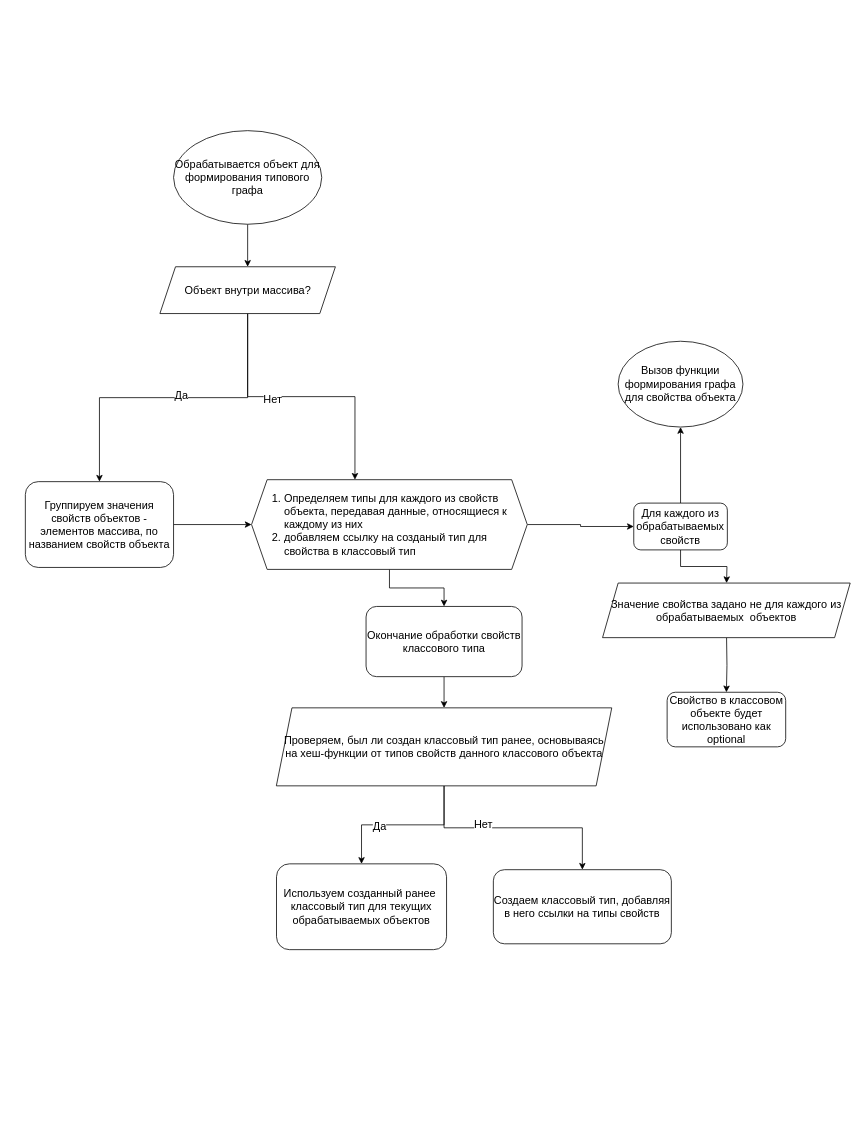
The draw.io diagram doc/Обработка объекта для типового графа.drawio in mrsadman99/quicktypeJsonToJsonSchema, before the edit. Source tidied: cells renumbered, new cells numbered last; positions are measured from the earlier drawing's top-left corner, leaving out a move shared by most shapes. Both pictures are drawn from the tidied source at 78%, with x=0, y=0 at pixel (25, 130).
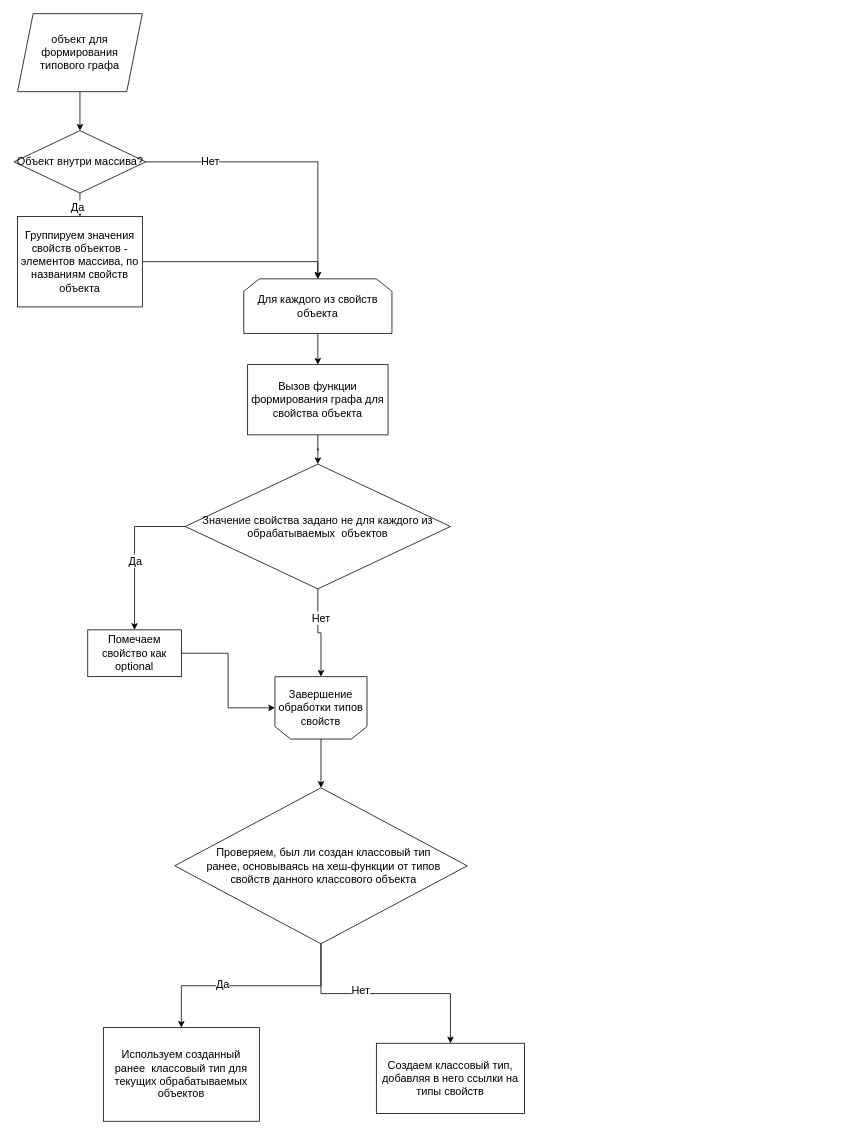
After the change.

The change refers to these unchanged cells:
```xml
<mxCell id="16" style="edgeStyle=orthogonalEdgeStyle;rounded=0;jettySize=auto;html=1;fontSize=14;" parent="1" edge="1" source="20" target="21">
  <mxGeometry relative="1" as="geometry" />
</mxCell>
```

Diff of the diagram source:
```diff
@@
-    <mxCell id="2" style="edgeStyle=orthogonalEdgeStyle;rounded=0;jettySize=auto;html=1;entryX=0.5;entryY=0;entryDx=0;entryDy=0;fontSize=14;" parent="1" edge="1" source="27" target="8">
-      <mxGeometry relative="1" as="geometry" />
-    </mxCell>
-    <mxCell id="3" style="edgeStyle=orthogonalEdgeStyle;rounded=0;jettySize=auto;html=1;fontSize=14;exitX=1;exitY=0.5;exitDx=0;exitDy=0;" parent="1" edge="1" source="26" target="12">
-      <mxGeometry relative="1" as="geometry" />
-    </mxCell>
-    <mxCell id="4" style="edgeStyle=orthogonalEdgeStyle;rounded=0;jettySize=auto;html=1;fontSize=14;" parent="1" edge="1" source="8" target="26">
-      <mxGeometry relative="1" as="geometry" />
-    </mxCell>
-    <mxCell id="5" value="Да" style="edgeLabel;html=1;align=center;verticalAlign=middle;fontSize=14;" parent="4" vertex="1">
-      <mxGeometry x="-0.05" y="-3" relative="1" as="geometry" />
-    </mxCell>
-    <mxCell id="6" style="edgeStyle=orthogonalEdgeStyle;rounded=0;jettySize=auto;html=1;entryX=0.375;entryY=0;entryDx=0;entryDy=0;fontSize=14;" parent="1" edge="1" source="8" target="12">
-      <mxGeometry relative="1" as="geometry" />
-    </mxCell>
-    <mxCell id="7" value="Нет" style="edgeLabel;html=1;align=center;verticalAlign=middle;fontSize=14;" parent="6" vertex="1">
-      <mxGeometry x="-0.22" y="-3" relative="1" as="geometry">
-        <mxPoint x="1" as="offset" />
-      </mxGeometry>
-    </mxCell>
+    <mxCell id="30" style="edgeStyle=orthogonalEdgeStyle;rounded=0;jettySize=auto;html=1;entryX=0.5;entryY=0;entryDx=0;entryDy=0;fontSize=14;" parent="1" edge="1" source="31" target="8">
+      <mxGeometry relative="1" as="geometry" />
+    </mxCell>
+    <mxCell id="31" value="&lt;span style=&quot;font-size: 14px;&quot;&gt;объект для формирования типового графа&lt;/span&gt;" style="shape=parallelogram;perimeter=parallelogramPerimeter;whiteSpace=wrap;html=1;fixedSize=1;fontSize=14;" parent="1" vertex="1">
+      <mxGeometry x="-10" y="-150" width="160" height="100" as="geometry" />
+    </mxCell>
+    <mxCell id="32" style="edgeStyle=orthogonalEdgeStyle;rounded=0;jettySize=auto;html=1;fontSize=14;" parent="1" edge="1" source="8" target="37">
+      <mxGeometry relative="1" as="geometry" />
+    </mxCell>
+    <mxCell id="33" value="Да" style="edgeLabel;html=1;align=center;verticalAlign=middle;fontSize=14;" parent="32" vertex="1">
+      <mxGeometry x="-0.1" y="4" relative="1" as="geometry" />
+    </mxCell>
+    <mxCell id="34" style="edgeStyle=orthogonalEdgeStyle;rounded=0;jettySize=auto;html=1;entryX=0.5;entryY=0;entryDx=0;entryDy=0;fontSize=14;" parent="1" edge="1" source="8" target="39">
+      <mxGeometry relative="1" as="geometry" />
+    </mxCell>
+    <mxCell id="35" value="Нет" style="edgeLabel;html=1;align=center;verticalAlign=middle;fontSize=14;" parent="34" vertex="1">
+      <mxGeometry x="-0.56" y="2" relative="1" as="geometry" />
+    </mxCell>
-    <mxCell id="8" value="Объект внутри массива?" style="shape=parallelogram;perimeter=parallelogramPerimeter;whiteSpace=wrap;html=1;fixedSize=1;fontSize=14;" parent="1" vertex="1">
-      <mxGeometry x="172.5" y="174.5" width="225" height="60" as="geometry" />
+    <mxCell id="8" value="&lt;span style=&quot;font-size: 14px;&quot;&gt;Объект внутри массива?&lt;/span&gt;" style="rhombus;whiteSpace=wrap;html=1;fontSize=14;" parent="1" vertex="1">
+      <mxGeometry x="-14.5" width="169" height="80" as="geometry" />
     </mxCell>
-    <mxCell id="9" style="edgeStyle=orthogonalEdgeStyle;rounded=0;jettySize=auto;html=1;fontSize=14;" parent="1" edge="1" target="13">
-      <mxGeometry relative="1" as="geometry">
-        <mxPoint x="899" y="650" as="sourcePoint" />
-      </mxGeometry>
-    </mxCell>
-    <mxCell id="10" style="edgeStyle=orthogonalEdgeStyle;rounded=0;jettySize=auto;html=1;entryX=0.5;entryY=0;entryDx=0;entryDy=0;fontSize=14;" parent="1" edge="1" source="12" target="15">
-      <mxGeometry relative="1" as="geometry" />
-    </mxCell>
-    <mxCell id="11" style="edgeStyle=orthogonalEdgeStyle;rounded=0;jettySize=auto;html=1;entryX=0;entryY=0.5;entryDx=0;entryDy=0;fontSize=14;" parent="1" edge="1" source="12" target="25">
-      <mxGeometry relative="1" as="geometry" />
-    </mxCell>
-    <mxCell id="12" value="&lt;ol style=&quot;font-size: 14px;&quot;&gt;&lt;li style=&quot;font-size: 14px;&quot;&gt;Определяем типы для каждого из свойств объекта, передавая данные, относящиеся к каждому из них&amp;nbsp;&lt;/li&gt;&lt;li style=&quot;font-size: 14px;&quot;&gt;добавляем ссылку на созданый тип для свойства в классовый тип&lt;/li&gt;&lt;/ol&gt;" style="shape=hexagon;perimeter=hexagonPerimeter2;whiteSpace=wrap;html=1;fixedSize=1;align=left;fontSize=14;" parent="1" vertex="1">
-      <mxGeometry x="290" y="447.5" width="353.5" height="115" as="geometry" />
-    </mxCell>
-    <mxCell id="13" value="Свойство в классовом объекте будет иcпользовано как optional" style="rounded=1;whiteSpace=wrap;html=1;fontSize=14;" parent="1" vertex="1">
-      <mxGeometry x="822.8" y="720" width="152" height="70" as="geometry" />
-    </mxCell>
-    <mxCell id="14" style="edgeStyle=orthogonalEdgeStyle;rounded=0;jettySize=auto;html=1;entryX=0.5;entryY=0;entryDx=0;entryDy=0;fontSize=14;" parent="1" edge="1" source="15" target="20">
-      <mxGeometry relative="1" as="geometry" />
-    </mxCell>
-    <mxCell id="15" value="Окончание обработки свойств классового типа" style="rounded=1;whiteSpace=wrap;html=1;fontSize=14;" parent="1" vertex="1">
-      <mxGeometry x="436.8" y="610" width="200" height="90" as="geometry" />
-    </mxCell>
+    <mxCell id="36" style="edgeStyle=orthogonalEdgeStyle;rounded=0;jettySize=auto;html=1;entryX=0.5;entryY=0;entryDx=0;entryDy=0;fontSize=14;" parent="1" edge="1" source="37" target="39">
+      <mxGeometry relative="1" as="geometry" />
+    </mxCell>
+    <mxCell id="37" value="&lt;span style=&quot;font-size: 14px;&quot;&gt;Группируем значения свойств объектов - элементов массива, по названиям свойств объекта&lt;/span&gt;" style="rounded=0;whiteSpace=wrap;html=1;fontSize=14;" parent="1" vertex="1">
+      <mxGeometry x="-10" y="110" width="160" height="116" as="geometry" />
+    </mxCell>
+    <mxCell id="38" style="edgeStyle=orthogonalEdgeStyle;rounded=0;jettySize=auto;html=1;entryX=0.5;entryY=0;entryDx=0;entryDy=0;fontSize=14;" parent="1" edge="1" source="39" target="29">
+      <mxGeometry relative="1" as="geometry" />
+    </mxCell>
+    <mxCell id="39" value="Для каждого из свойств объекта" style="shape=loopLimit;whiteSpace=wrap;html=1;fontSize=14;" parent="1" vertex="1">
+      <mxGeometry x="280" y="190" width="190" height="70" as="geometry" />
+    </mxCell>
+    <mxCell id="40" style="edgeStyle=orthogonalEdgeStyle;rounded=0;jettySize=auto;html=1;entryX=0.5;entryY=0;entryDx=0;entryDy=0;fontSize=14;" parent="1" edge="1" source="29" target="28">
+      <mxGeometry relative="1" as="geometry" />
+    </mxCell>
+    <mxCell id="29" value="&lt;span style=&quot;font-size: 14px;&quot;&gt;Вызов функции формирования графа для свойства объекта&lt;/span&gt;" style="rounded=0;whiteSpace=wrap;html=1;fontSize=14;" parent="1" vertex="1">
+      <mxGeometry x="285" y="300" width="180" height="90" as="geometry" />
+    </mxCell>
+    <mxCell id="41" style="edgeStyle=orthogonalEdgeStyle;rounded=0;jettySize=auto;html=1;fontSize=14;" parent="1" edge="1" source="28" target="46">
+      <mxGeometry relative="1" as="geometry" />
+    </mxCell>
+    <mxCell id="42" value="Да" style="edgeLabel;html=1;align=center;verticalAlign=middle;fontSize=14;" parent="41" vertex="1">
+      <mxGeometry x="0.1" relative="1" as="geometry" />
+    </mxCell>
+    <mxCell id="43" style="edgeStyle=orthogonalEdgeStyle;rounded=0;jettySize=auto;html=1;entryX=0.5;entryY=1;entryDx=0;entryDy=0;fontSize=14;" parent="1" edge="1" source="28" target="48">
+      <mxGeometry relative="1" as="geometry" />
+    </mxCell>
+    <mxCell id="44" value="Нет" style="edgeLabel;html=1;align=center;verticalAlign=middle;fontSize=14;" parent="43" vertex="1">
+      <mxGeometry x="-0.37" y="3" relative="1" as="geometry" />
+    </mxCell>
+    <mxCell id="28" value="&lt;span style=&quot;font-size: 14px;&quot;&gt;Значение свойства задано не для каждого из обрабатываемых&amp;nbsp; объектов&lt;/span&gt;" style="rhombus;whiteSpace=wrap;html=1;fontSize=14;" parent="1" vertex="1">
+      <mxGeometry x="205" y="427.5" width="340" height="160" as="geometry" />
+    </mxCell>
+    <mxCell id="45" style="edgeStyle=orthogonalEdgeStyle;rounded=0;jettySize=auto;html=1;entryX=1;entryY=0.5;entryDx=0;entryDy=0;fontSize=14;" parent="1" edge="1" source="46" target="48">
+      <mxGeometry relative="1" as="geometry" />
+    </mxCell>
+    <mxCell id="46" value="Помечаем свойство как optional" style="rounded=0;whiteSpace=wrap;html=1;fontSize=14;" parent="1" vertex="1">
+      <mxGeometry x="80" y="640" width="120" height="60" as="geometry" />
+    </mxCell>
+    <mxCell id="47" style="edgeStyle=orthogonalEdgeStyle;rounded=0;jettySize=auto;html=1;fontSize=14;" parent="1" edge="1" source="48" target="20">
+      <mxGeometry relative="1" as="geometry" />
+    </mxCell>
+    <mxCell id="48" value="Завершение обработки типов свойств" style="shape=loopLimit;whiteSpace=wrap;html=1;direction=west;fontSize=14;" parent="1" vertex="1">
+      <mxGeometry x="320" y="700" width="118" height="80" as="geometry" />
+    </mxCell>
+    <mxCell id="18" style="edgeStyle=orthogonalEdgeStyle;rounded=0;jettySize=auto;html=1;entryX=0.5;entryY=0;entryDx=0;entryDy=0;fontSize=14;" parent="1" edge="1" source="20" target="22">
+      <mxGeometry relative="1" as="geometry" />
+    </mxCell>
+    <mxCell id="49" value="Нет" style="edgeLabel;html=1;align=center;verticalAlign=middle;fontSize=14;" parent="18" vertex="1">
+      <mxGeometry x="-0.22" y="4" relative="1" as="geometry" />
+    </mxCell>
@@
-    <mxCell id="17" value="Да" style="edgeLabel;html=1;align=center;verticalAlign=middle;fontSize=14;" parent="16" vertex="1">
-      <mxGeometry x="0.29" y="1" relative="1" as="geometry" />
-    </mxCell>
-    <mxCell id="18" style="edgeStyle=orthogonalEdgeStyle;rounded=0;jettySize=auto;html=1;entryX=0.5;entryY=0;entryDx=0;entryDy=0;fontSize=14;" parent="1" edge="1" source="20" target="22">
-      <mxGeometry relative="1" as="geometry" />
-    </mxCell>
-    <mxCell id="19" value="Нет" style="edgeLabel;html=1;align=center;verticalAlign=middle;fontSize=14;" parent="18" vertex="1">
-      <mxGeometry x="-0.28" y="4" relative="1" as="geometry" />
-    </mxCell>
+    <mxCell id="50" value="Да" style="edgeLabel;html=1;align=center;verticalAlign=middle;fontSize=14;" parent="16" vertex="1">
+      <mxGeometry x="0.26" y="-2" relative="1" as="geometry" />
+    </mxCell>
-    <mxCell id="20" value="Проверяем, был ли создан классовый тип ранее, основываясь на хеш-функции от типов свойств данного классового объекта" style="shape=parallelogram;perimeter=parallelogramPerimeter;whiteSpace=wrap;html=1;fixedSize=1;fontSize=14;" parent="1" vertex="1">
-      <mxGeometry x="321.8" y="740" width="430" height="100" as="geometry" />
+    <mxCell id="20" value="&lt;span style=&quot;font-size: 14px;&quot;&gt;Проверяем, был ли создан классовый тип ранее, основываясь на хеш-функции от типов свойств данного классового объекта&lt;/span&gt;" style="rhombus;whiteSpace=wrap;html=1;spacingLeft=29;spacingRight=23;fontSize=14;" parent="1" vertex="1">
+      <mxGeometry x="191.5" y="842.5" width="375" height="200" as="geometry" />
     </mxCell>
+    <mxCell id="22" value="&lt;span style=&quot;font-size: 14px;&quot;&gt;Создаем классовый тип, добавляя в него ссылки на типы свойств&lt;/span&gt;" style="rounded=0;whiteSpace=wrap;html=1;fontSize=14;" parent="1" vertex="1">
+      <mxGeometry x="450" y="1170" width="190" height="90" as="geometry" />
+    </mxCell>
-    <mxCell id="21" value="Используем созданный ранее&amp;nbsp; классовый тип для текущих обрабатываемых объектов" style="rounded=1;whiteSpace=wrap;html=1;fontSize=14;" parent="1" vertex="1">
-      <mxGeometry x="322" y="940" width="218" height="110" as="geometry" />
+    <mxCell id="21" value="&lt;span style=&quot;font-size: 14px;&quot;&gt;Используем созданный ранее&amp;nbsp; классовый тип для текущих обрабатываемых объектов&lt;/span&gt;" style="rounded=0;whiteSpace=wrap;html=1;fontSize=14;" parent="1" vertex="1">
+      <mxGeometry x="100" y="1150" width="200" height="120" as="geometry" />
     </mxCell>
-    <mxCell id="22" value="Создаем классовый тип, добавляя в него ссылки на типы свойств" style="rounded=1;whiteSpace=wrap;html=1;fontSize=14;" parent="1" vertex="1">
-      <mxGeometry x="600" y="947.5" width="228.2" height="95" as="geometry" />
-    </mxCell>
-    <mxCell id="23" style="edgeStyle=orthogonalEdgeStyle;rounded=0;jettySize=auto;html=1;entryX=0.5;entryY=0;entryDx=0;entryDy=0;fontSize=14;" parent="1" edge="1" source="25">
-      <mxGeometry relative="1" as="geometry">
-        <mxPoint x="899" y="580" as="targetPoint" />
-      </mxGeometry>
-    </mxCell>
-    <mxCell id="24" style="edgeStyle=orthogonalEdgeStyle;rounded=0;jettySize=auto;html=1;entryX=0.5;entryY=1;entryDx=0;entryDy=0;fontSize=14;" parent="1" edge="1" source="25" target="29">
-      <mxGeometry relative="1" as="geometry" />
-    </mxCell>
-    <mxCell id="25" value="Для каждого из обрабатываемых свойств" style="rounded=1;whiteSpace=wrap;html=1;fontSize=14;" parent="1" vertex="1">
-      <mxGeometry x="780" y="477.5" width="120" height="60" as="geometry" />
-    </mxCell>
-    <mxCell id="26" value="Группируем значения свойств объектов - элементов массива, по названием свойств объекта" style="rounded=1;whiteSpace=wrap;html=1;fontSize=14;" parent="1" vertex="1">
-      <mxGeometry y="450" width="190" height="110" as="geometry" />
-    </mxCell>
-    <mxCell id="27" value="Обрабатывается объект для формирования типового графа" style="ellipse;whiteSpace=wrap;html=1;fontSize=14;" parent="1" vertex="1">
-      <mxGeometry x="190" width="190" height="120" as="geometry" />
-    </mxCell>
-    <mxCell id="28" value="Значение свойства задано не для каждого из обрабатываемых&amp;nbsp; объектов" style="shape=parallelogram;perimeter=parallelogramPerimeter;whiteSpace=wrap;html=1;fixedSize=1;fontSize=14;" parent="1" vertex="1">
-      <mxGeometry x="740" y="580" width="317.5" height="70" as="geometry" />
-    </mxCell>
-    <mxCell id="29" value="Вызов функции формирования графа для свойства объекта" style="ellipse;whiteSpace=wrap;html=1;fontSize=14;" parent="1" vertex="1">
-      <mxGeometry x="760" y="270" width="160" height="110" as="geometry" />
-    </mxCell>
```
